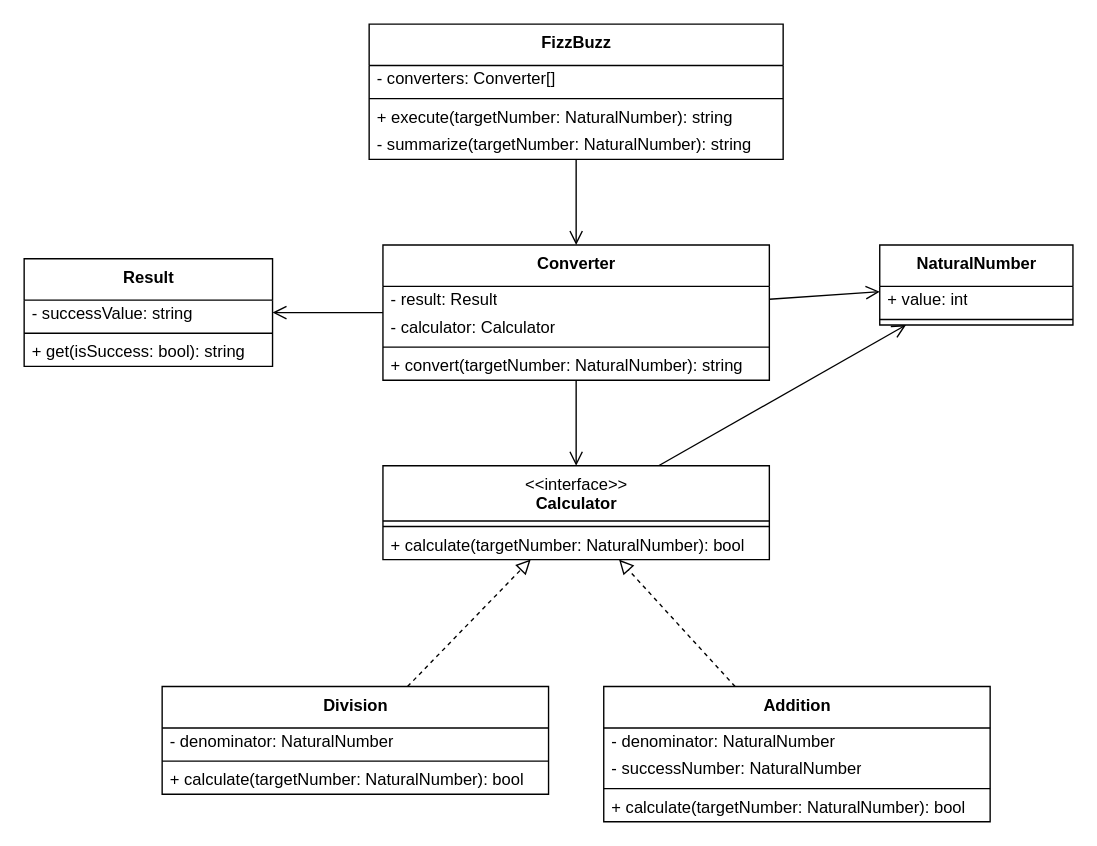
The draw.io diagram uml.drawio in naoyuki42/oop-fizzbuzz, before the edit. Source tidied: cells renumbered, new cells numbered last; positions are measured from the earlier drawing's top-left corner, leaving out a move shared by most shapes. Both pictures are drawn from the tidied source at 138%, with x=0, y=0 at pixel (23, 23).
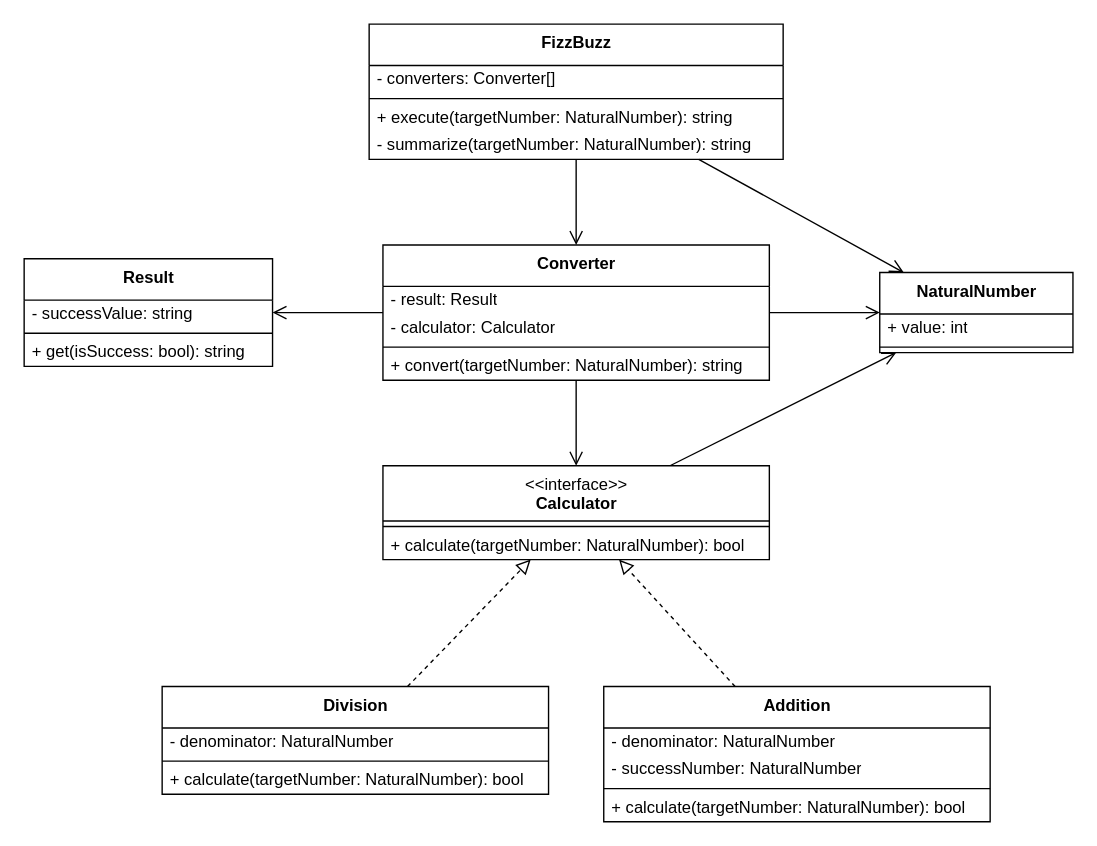
Above is the later version.

Unchanged cells that the change refers to:
```xml
<mxCell id="23" value="&lt;b&gt;FizzBuzz&lt;/b&gt;" style="swimlane;fontStyle=0;align=center;verticalAlign=top;horizontal=1;startSize=30;html=1;" parent="1" vertex="1">
  <mxGeometry x="250" width="300" height="98" as="geometry" />
</mxCell>
```

The edit, as a diff of the source:
```diff
@@
     <mxCell id="2" value="&lt;b&gt;NaturalNumber&lt;/b&gt;" style="swimlane;fontStyle=0;align=center;verticalAlign=top;horizontal=1;startSize=30;html=1;" parent="1" vertex="1">
-      <mxGeometry x="620" y="160" width="140" height="58" as="geometry" />
+      <mxGeometry x="620" y="180" width="140" height="58" as="geometry" />
     </mxCell>
@@
+    <mxCell id="38" style="endArrow=open;startArrow=none;endFill=0;startFill=0;endSize=8;html=1;verticalAlign=bottom;labelBackgroundColor=none;strokeWidth=1;" parent="1" edge="1" source="23" target="2">
+      <mxGeometry relative="1" as="geometry" />
+    </mxCell>
```
